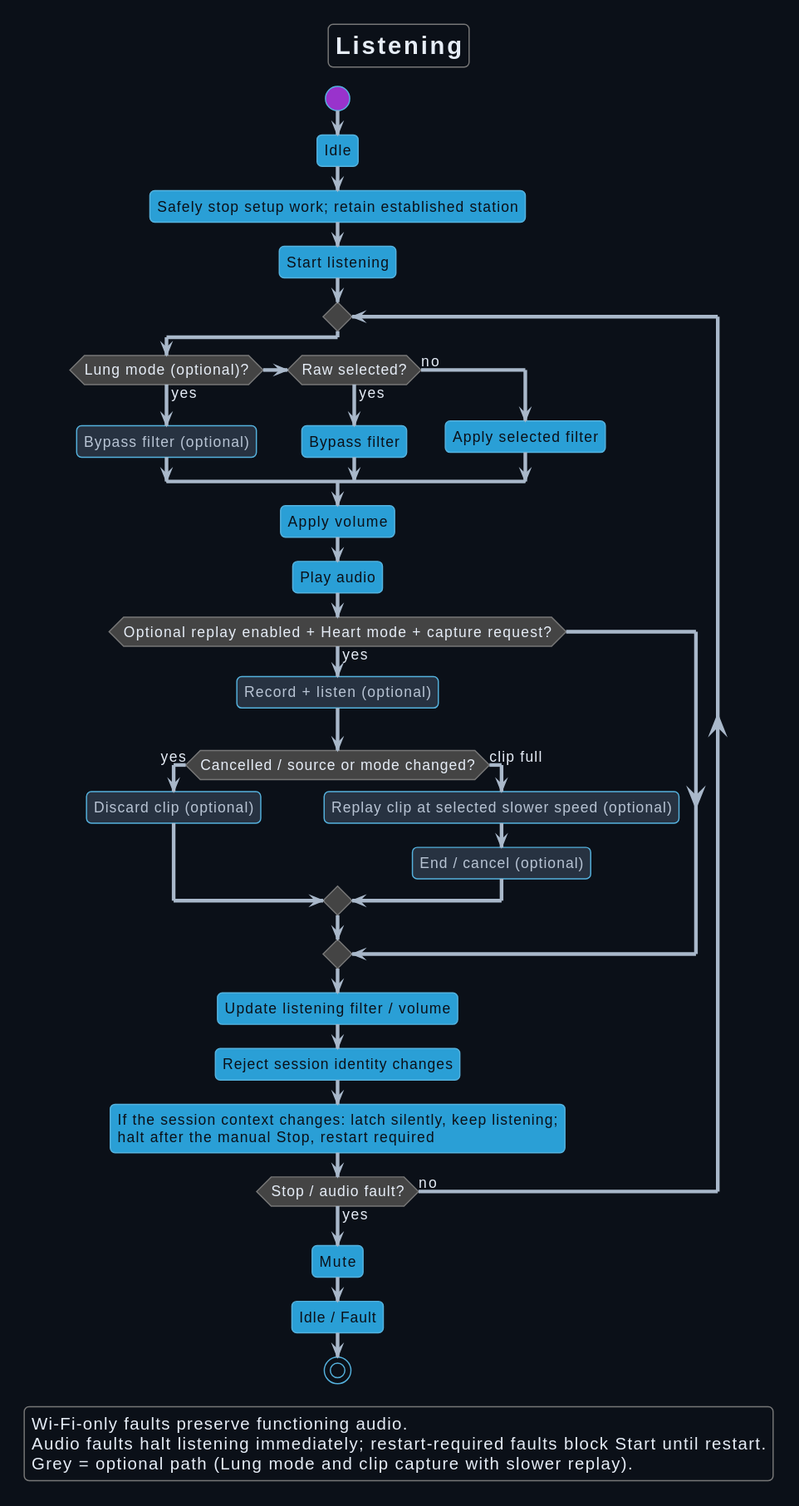
The PlantUML diagram Development/system/architecture/system/rendered/listening_workflow.svg in DemonicPsychoII/DigitalStethoscope, before a commit.
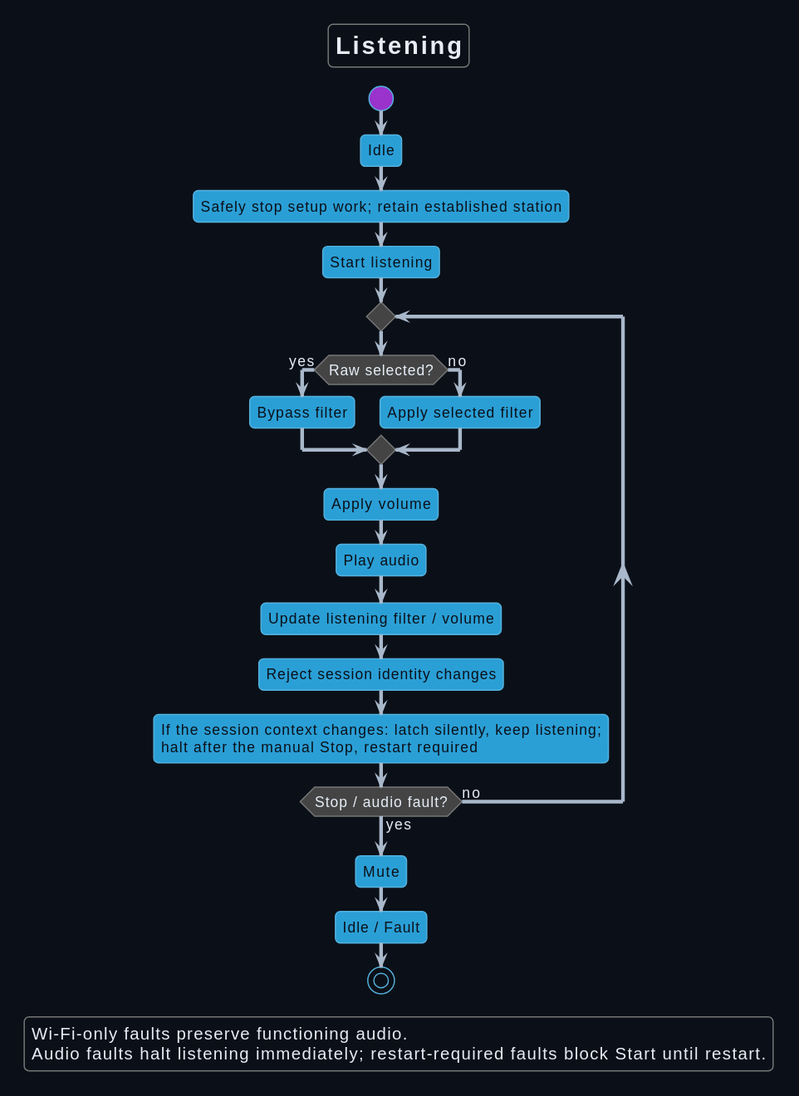
The same file after the commit.

What changed in the source:
```diff
@@ -15,24 +15,13 @@
 :Safely stop setup work; retain established station;
 :Start listening;
 repeat
- if (Lung mode (optional)?) then (yes)
-  :<color:#b8c4d4>Bypass filter (optional)</color>; <<#273241>>
- elseif (Raw selected?) then (yes)
+ if (Raw selected?) then (yes)
   :Bypass filter;
  else (no)
   :Apply selected filter;
  endif
  :Apply volume;
  :Play audio;
- if (Optional replay enabled + Heart mode + capture request?) then (yes)
-  :<color:#b8c4d4>Record + listen (optional)</color>; <<#273241>>
-  if (Cancelled / source or mode changed?) then (yes)
-   :<color:#b8c4d4>Discard clip (optional)</color>; <<#273241>>
-  else (clip full)
-   :<color:#b8c4d4>Replay clip at selected slower speed (optional)</color>; <<#273241>>
-   :<color:#b8c4d4>End / cancel (optional)</color>; <<#273241>>
-  endif
- endif
  :Update listening filter / volume;
  :Reject session identity changes;
  :If the session context changes: latch silently, keep listening;\nhalt after the manual Stop, restart required;
@@ -43,6 +32,5 @@
 legend bottom
   Wi-Fi-only faults preserve functioning audio.
   Audio faults halt listening immediately; restart-required faults block Start until restart.
-  Grey = optional path (Lung mode and clip capture with slower replay).
 endlegend
 @enduml
```
